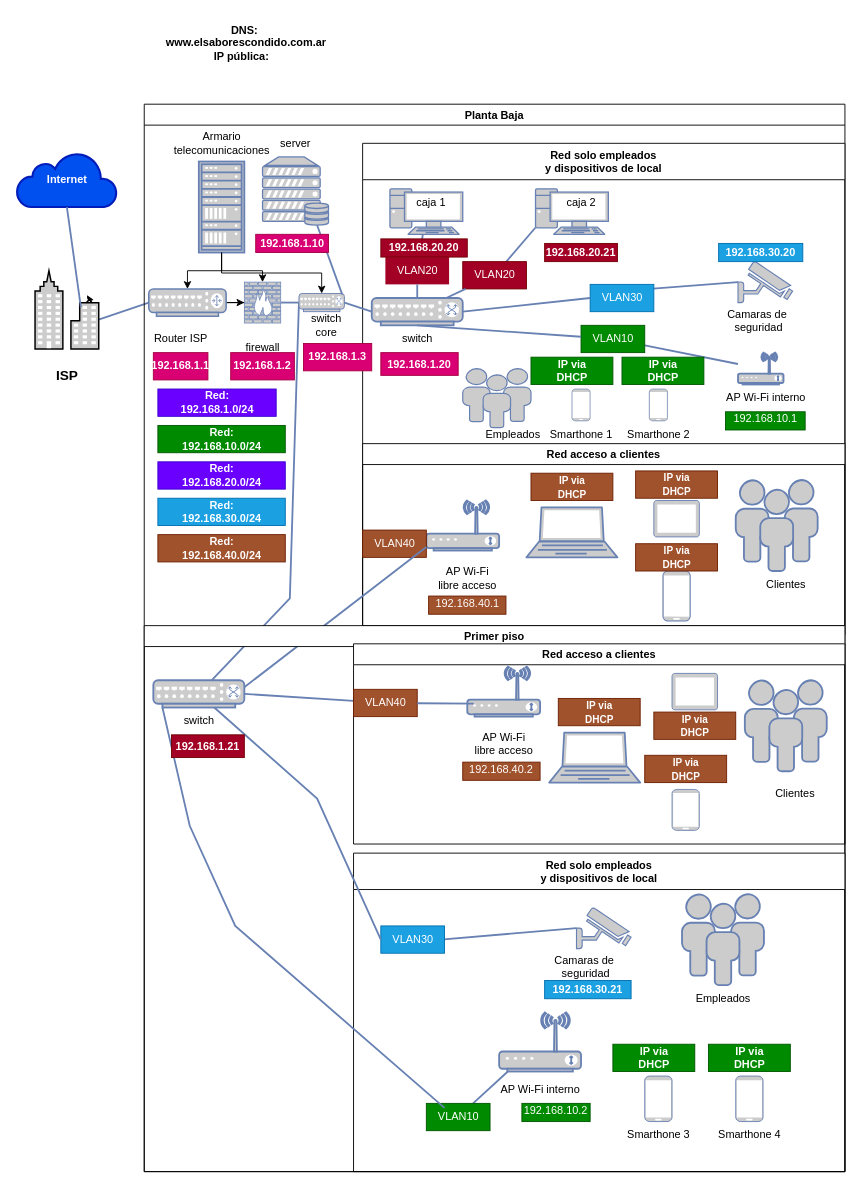
monick96/diagramasVarios keeps this draw.io diagram as diagramaActividad/Diagrama-red5-Melgarejo.drawio. Above is the earlier version. Source tidied: cells renumbered, new cells numbered last; positions are measured from the earlier drawing's top-left corner, leaving out a move shared by most shapes. Both pictures are drawn from the tidied source at 91%, with x=0, y=0 at pixel (16, 15).
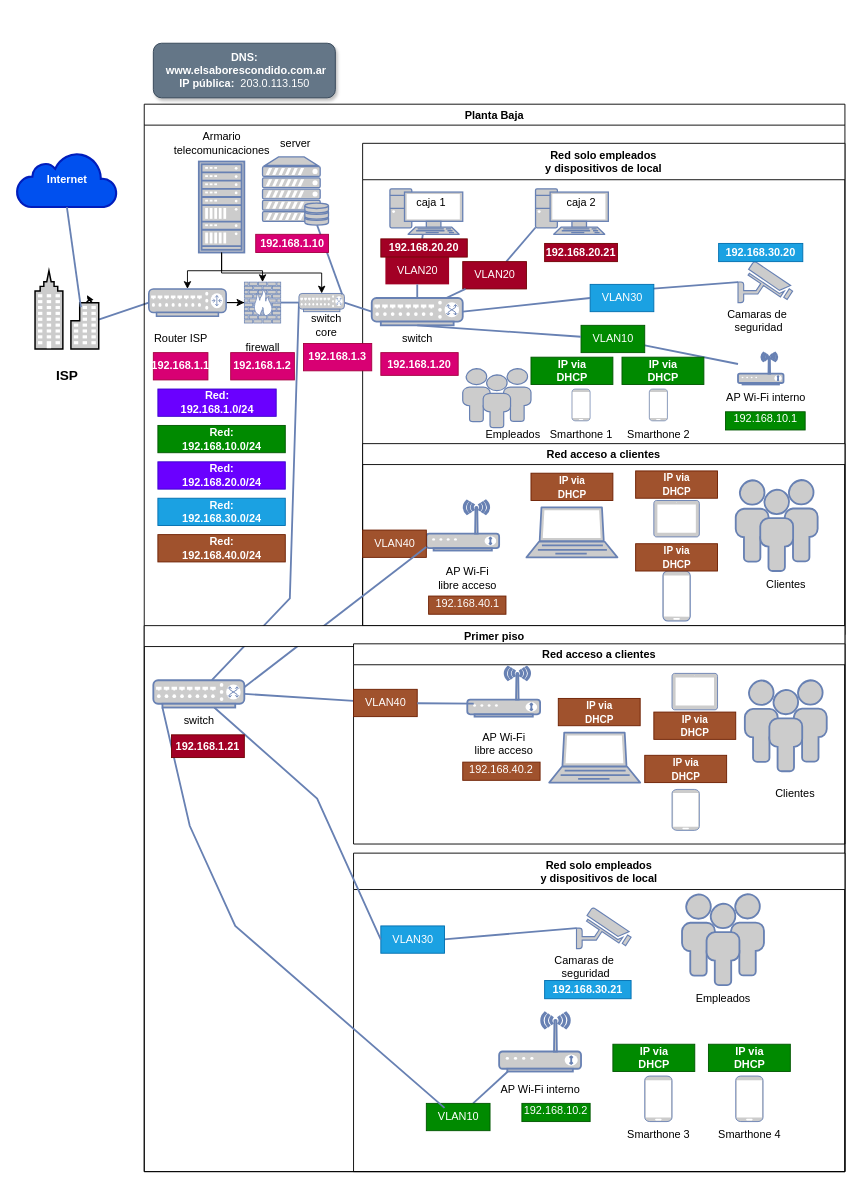
The same diagram, later.

What changed in the source:
```diff
@@
-    <mxCell id="127" value="&lt;b&gt;DNS:&lt;br&gt;&amp;nbsp;www.elsaborescondido.com.ar&lt;br&gt;IP pública:&amp;nbsp;&amp;nbsp;&lt;/b&gt;" style="text;html=1;align=center;verticalAlign=middle;strokeColor=none;fillColor=none;" parent="1" vertex="1">
-      <mxGeometry x="150" width="200" height="60" as="geometry" />
+    <mxCell id="127" value="&lt;b&gt;DNS:&lt;br&gt;&amp;nbsp;www.elsaborescondido.com.ar&lt;br&gt;IP pública:&amp;nbsp;&amp;nbsp;&lt;/b&gt;203.0.113.150" style="text;html=1;align=center;verticalAlign=middle;strokeColor=light-dark(#314354, #147bdb);fillColor=#647687;fontColor=#ffffff;shadow=1;glass=0;rounded=1;" parent="1" vertex="1">
+      <mxGeometry x="150" y="30" width="200" height="60" as="geometry" />
     </mxCell>
```
